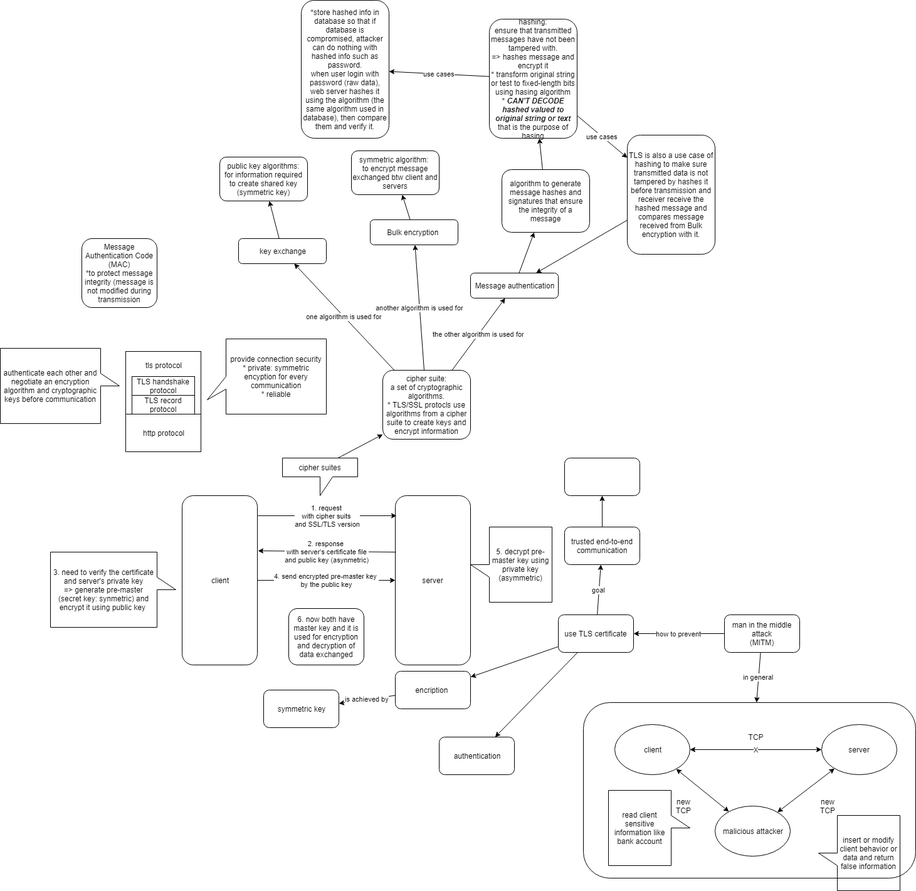
This is man_in_the_middle.png from stsiwo/security_concept, a draw.io export, as it was before one commit. Source tidied: cells renumbered, new cells last; positions are measured from the earlier drawing's top-left corner, leaving out a move shared by most shapes.
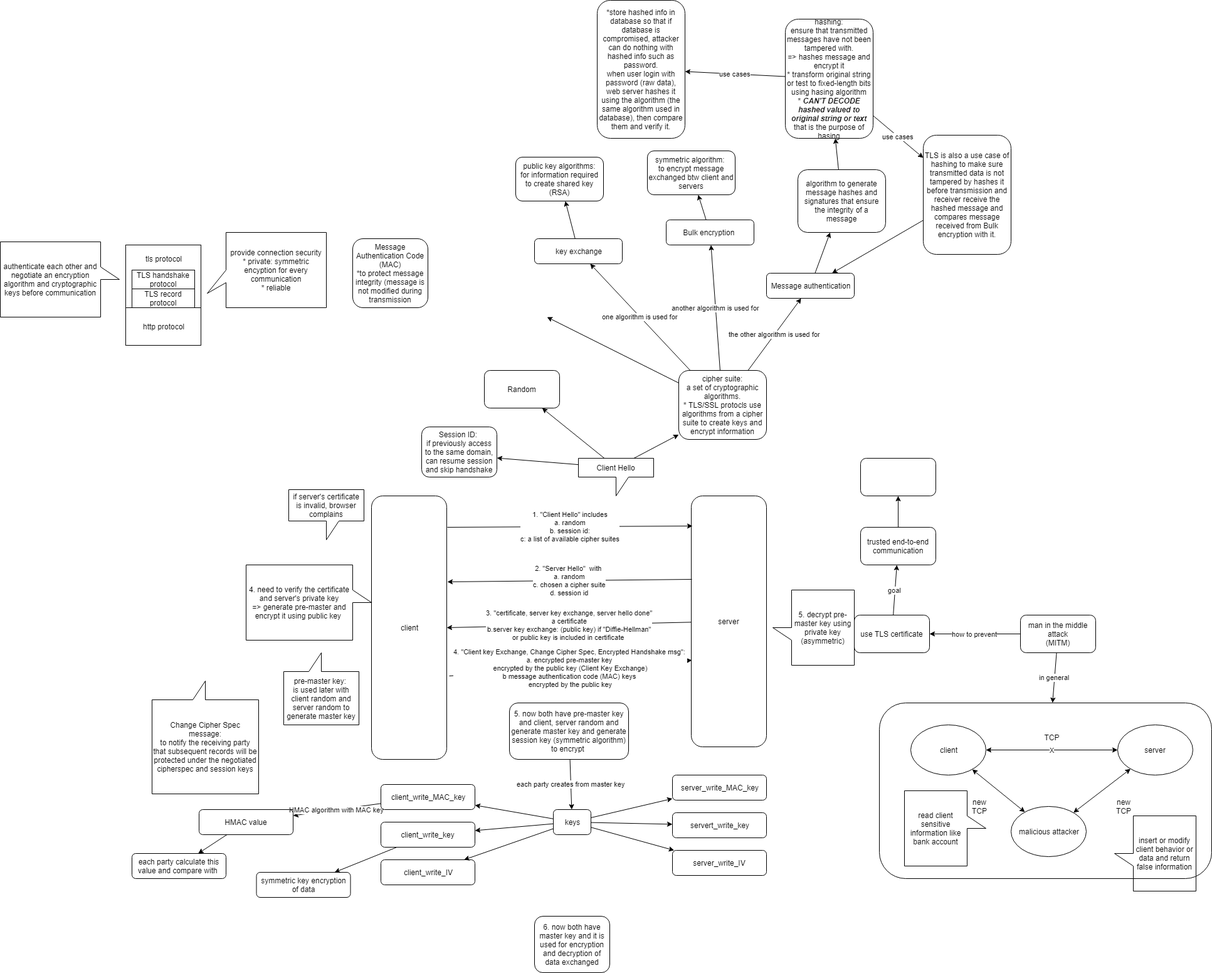
Above is the later version.

Change to the diagram source:
```diff
@@ -11,12 +11,6 @@
     <mxCell id="4" value="man in the middle attack&lt;br&gt;(MITM)&lt;br&gt;" style="rounded=1;whiteSpace=wrap;html=1;fillColor=none;" parent="1" vertex="1">
       <mxGeometry x="1155" y="980" width="120" height="60" as="geometry" />
     </mxCell>
-    <mxCell id="5" style="edgeStyle=none;rounded=0;html=1;startArrow=none;startFill=0;jettySize=auto;" parent="1" edge="1" source="8" target="13">
-      <mxGeometry relative="1" as="geometry" />
-    </mxCell>
-    <mxCell id="6" style="edgeStyle=none;rounded=0;html=1;startArrow=none;startFill=0;jettySize=auto;" parent="1" edge="1" source="8" target="27">
-      <mxGeometry relative="1" as="geometry" />
-    </mxCell>
     <mxCell id="7" value="goal" style="edgeStyle=none;rounded=0;html=1;startArrow=none;startFill=0;jettySize=auto;" parent="1" edge="1" source="8" target="10">
       <mxGeometry relative="1" as="geometry" />
     </mxCell>
@@ -32,15 +26,6 @@
     <mxCell id="11" style="rounded=1;whiteSpace=wrap;html=1;fillColor=none;" parent="1" vertex="1">
       <mxGeometry x="900" y="730" width="120" height="60" as="geometry" />
     </mxCell>
-    <mxCell id="12" value="is achieved by" style="edgeStyle=none;rounded=0;html=1;startArrow=none;startFill=0;jettySize=auto;" parent="1" edge="1" source="13" target="14">
-      <mxGeometry relative="1" as="geometry" />
-    </mxCell>
-    <mxCell id="13" value="encription&amp;nbsp;" style="rounded=1;whiteSpace=wrap;html=1;fillColor=none;" parent="1" vertex="1">
-      <mxGeometry x="630" y="1070" width="120" height="60" as="geometry" />
-    </mxCell>
-    <mxCell id="14" value="symmetric key" style="rounded=1;whiteSpace=wrap;html=1;fillColor=none;" parent="1" vertex="1">
-      <mxGeometry x="420" y="1100" width="120" height="60" as="geometry" />
-    </mxCell>
     <mxCell id="15" style="rounded=1;whiteSpace=wrap;html=1;fillColor=none;" parent="1" vertex="1">
       <mxGeometry x="930" y="1120" width="530" height="280" as="geometry" />
     </mxCell>
@@ -77,59 +62,65 @@
     <mxCell id="26" value="insert or modify client behavior or data and return false information" style="shape=callout;whiteSpace=wrap;html=1;perimeter=calloutPerimeter;fillColor=none;direction=south;" parent="1" vertex="1">
       <mxGeometry x="1305" y="1300" width="130" height="120" as="geometry" />
     </mxCell>
-    <mxCell id="27" value="authentication" style="rounded=1;whiteSpace=wrap;html=1;fillColor=none;" parent="1" vertex="1">
-      <mxGeometry x="700" y="1175" width="120" height="60" as="geometry" />
-    </mxCell>
-    <mxCell id="28" value="1. request &lt;br&gt;with cipher suits &lt;br&gt;and SSL/TLS version" style="edgeStyle=none;rounded=0;html=1;startArrow=none;startFill=0;jettySize=auto;exitX=1.008;exitY=0.119;exitPerimeter=0;entryX=0.017;entryY=0.119;entryPerimeter=0;" parent="1" edge="1" source="30" target="32">
+    <mxCell id="28" value="1. &quot;Client Hello&quot; includes&lt;br&gt;a. random&lt;br&gt;b. session id:&lt;br&gt;c: a list of available cipher suites&lt;br&gt;" style="edgeStyle=none;rounded=0;html=1;startArrow=none;startFill=0;jettySize=auto;exitX=1.008;exitY=0.119;exitPerimeter=0;entryX=0.017;entryY=0.119;entryPerimeter=0;" parent="1" edge="1" source="30" target="32">
       <mxGeometry relative="1" as="geometry" />
     </mxCell>
-    <mxCell id="29" value="4. send encrypted pre-master key &lt;br&gt;by the public key" style="edgeStyle=none;rounded=0;html=1;entryX=0;entryY=0.5;startArrow=none;startFill=0;jettySize=auto;" parent="1" edge="1" source="30" target="32">
+    <mxCell id="29" value="4. &quot;Client key Exchange, Change Cipher Spec, Encrypted Handshake msg&quot;: &lt;br&gt;a. encrypted pre-master key &lt;br&gt;encrypted by the public key (Client Key Exchange)&lt;br&gt;b message authentication code (MAC) keys &lt;br&gt;encrypted by the public key&lt;br&gt;" style="edgeStyle=none;rounded=0;html=1;startArrow=none;startFill=0;jettySize=auto;exitX=1.033;exitY=0.683;exitPerimeter=0;entryX=0.008;entryY=0.655;entryPerimeter=0;" parent="1" edge="1" source="30" target="32">
       <mxGeometry relative="1" as="geometry" />
     </mxCell>
     <mxCell id="30" value="client" style="rounded=1;whiteSpace=wrap;html=1;fillColor=none;" parent="1" vertex="1">
-      <mxGeometry x="290" y="790" width="120" height="270" as="geometry" />
+      <mxGeometry x="120" y="790" width="120" height="420" as="geometry" />
     </mxCell>
-    <mxCell id="31" value="2. response&amp;nbsp;&lt;br&gt;with server's certificate file&lt;br&gt;and public key (asynmetric)&lt;br&gt;" style="edgeStyle=none;rounded=0;html=1;startArrow=none;startFill=0;jettySize=auto;entryX=1.008;entryY=0.326;entryPerimeter=0;exitX=0.008;exitY=0.333;exitPerimeter=0;" parent="1" edge="1" source="32" target="30">
+    <mxCell id="31" value="2. &quot;Server Hello&quot;&amp;nbsp; with &lt;br&gt;a. random&lt;br&gt;c. chosen a cipher suite&lt;br&gt;d. session id&lt;br&gt;" style="edgeStyle=none;rounded=0;html=1;startArrow=none;startFill=0;jettySize=auto;entryX=1.008;entryY=0.326;entryPerimeter=0;exitX=0.008;exitY=0.333;exitPerimeter=0;" parent="1" edge="1" source="32" target="30">
       <mxGeometry relative="1" as="geometry" />
     </mxCell>
+    <mxCell id="65" value="3. &quot;certificate, server key exchange, server hello done&quot;&lt;br&gt;a certificate&lt;br&gt;b.server key exchange: (public key) if &quot;Diffie-Hellman&quot;&lt;br&gt;or public key is included in certificate&amp;nbsp;&lt;br&gt;" style="edgeStyle=none;rounded=0;html=1;entryX=1;entryY=0.5;startArrow=none;startFill=0;jettySize=auto;" parent="1" edge="1" source="32" target="30">
+      <mxGeometry relative="1" as="geometry" />
+    </mxCell>
     <mxCell id="32" value="server" style="rounded=1;whiteSpace=wrap;html=1;fillColor=none;" parent="1" vertex="1">
-      <mxGeometry x="630" y="790" width="120" height="270" as="geometry" />
+      <mxGeometry x="630" y="790" width="120" height="400" as="geometry" />
     </mxCell>
-    <mxCell id="33" value="3. need to verify the certificate and server's private key&lt;br&gt;=&amp;gt; generate pre-master (secret key: synmetric) and encrypt it using public key&amp;nbsp;&lt;br&gt;" style="shape=callout;whiteSpace=wrap;html=1;perimeter=calloutPerimeter;fillColor=none;direction=north;" parent="1" vertex="1">
-      <mxGeometry x="80" y="880" width="200" height="120" as="geometry" />
+    <mxCell id="33" value="4. need to verify the certificate and server's private key&lt;br&gt;=&amp;gt; generate pre-master and encrypt it using public key&amp;nbsp;&lt;br&gt;" style="shape=callout;whiteSpace=wrap;html=1;perimeter=calloutPerimeter;fillColor=none;direction=north;" parent="1" vertex="1">
+      <mxGeometry x="-80" y="900" width="200" height="120" as="geometry" />
     </mxCell>
     <mxCell id="34" value="5. decrypt pre-master key using private key (asymmetric)" style="shape=callout;whiteSpace=wrap;html=1;perimeter=calloutPerimeter;fillColor=none;direction=south;" parent="1" vertex="1">
-      <mxGeometry x="750" y="840" width="130" height="120" as="geometry" />
+      <mxGeometry x="760" y="940" width="130" height="120" as="geometry" />
     </mxCell>
     <mxCell id="35" value="6. now both have master key and it is used for encryption and decryption of data exchanged" style="rounded=1;whiteSpace=wrap;html=1;fillColor=none;" parent="1" vertex="1">
-      <mxGeometry x="460" y="970" width="120" height="90" as="geometry" />
+      <mxGeometry x="380" y="1460" width="120" height="90" as="geometry" />
     </mxCell>
     <mxCell id="36" style="edgeStyle=none;rounded=0;html=1;startArrow=none;startFill=0;jettySize=auto;" parent="1" edge="1" source="37" target="48">
       <mxGeometry relative="1" as="geometry" />
     </mxCell>
+    <mxCell id="66" style="edgeStyle=none;rounded=0;html=1;startArrow=none;startFill=0;jettySize=auto;" parent="1" edge="1" source="37" target="69">
+      <mxGeometry relative="1" as="geometry" />
+    </mxCell>
+    <mxCell id="67" style="edgeStyle=none;rounded=0;html=1;startArrow=none;startFill=0;jettySize=auto;" parent="1" edge="1" source="37" target="70">
+      <mxGeometry relative="1" as="geometry" />
+    </mxCell>
-    <mxCell id="37" value="cipher suites" style="shape=callout;whiteSpace=wrap;html=1;perimeter=calloutPerimeter;fillColor=none;" parent="1" vertex="1">
+    <mxCell id="37" value="Client Hello" style="shape=callout;whiteSpace=wrap;html=1;perimeter=calloutPerimeter;fillColor=none;" parent="1" vertex="1">
       <mxGeometry x="450" y="730" width="120" height="60" as="geometry" />
     </mxCell>
     <mxCell id="38" value="http protocol" style="rounded=0;whiteSpace=wrap;html=1;fillColor=none;" parent="1" vertex="1">
-      <mxGeometry x="200" y="660" width="120" height="60" as="geometry" />
+      <mxGeometry x="-272" y="490" width="120" height="60" as="geometry" />
     </mxCell>
     <mxCell id="39" value="tls protocol&lt;br&gt;&lt;br&gt;&lt;br&gt;&lt;br&gt;&lt;br&gt;" style="rounded=0;whiteSpace=wrap;html=1;fillColor=none;" parent="1" vertex="1">
-      <mxGeometry x="200" y="560" width="120" height="100" as="geometry" />
+      <mxGeometry x="-272" y="390" width="120" height="100" as="geometry" />
     </mxCell>
     <mxCell id="40" value="TLS record protocol" style="rounded=0;whiteSpace=wrap;html=1;fillColor=none;" parent="1" vertex="1">
-      <mxGeometry x="210" y="630" width="100" height="30" as="geometry" />
+      <mxGeometry x="-262" y="460" width="100" height="30" as="geometry" />
     </mxCell>
     <mxCell id="41" value="TLS handshake protocol" style="rounded=0;whiteSpace=wrap;html=1;fillColor=none;" parent="1" vertex="1">
-      <mxGeometry x="210" y="600" width="100" height="30" as="geometry" />
+      <mxGeometry x="-262" y="430" width="100" height="30" as="geometry" />
     </mxCell>
     <mxCell id="42" value="authenticate each other and negotiate an encryption algorithm and cryptographic keys before communication" style="shape=callout;whiteSpace=wrap;html=1;perimeter=calloutPerimeter;fillColor=none;direction=north;" parent="1" vertex="1">
-      <mxGeometry y="555" width="190" height="120" as="geometry" />
+      <mxGeometry x="-472" y="385" width="190" height="120" as="geometry" />
     </mxCell>
     <mxCell id="43" value="provide connection security&lt;br&gt;* private: symmetric encyption for every communication&lt;br&gt;* reliable&lt;br&gt;" style="shape=callout;whiteSpace=wrap;html=1;perimeter=calloutPerimeter;fillColor=none;direction=south;position2=0.81;" parent="1" vertex="1">
-      <mxGeometry x="330" y="540" width="190" height="120" as="geometry" />
+      <mxGeometry x="-142" y="370" width="190" height="120" as="geometry" />
     </mxCell>
     <mxCell id="44" value="Message Authentication Code (MAC)&lt;br&gt;*to protect message integrity (message is not modified during transmission&lt;br&gt;" style="rounded=1;whiteSpace=wrap;html=1;fillColor=none;" parent="1" vertex="1">
-      <mxGeometry x="130" y="380" width="120" height="110" as="geometry" />
+      <mxGeometry x="90" y="380" width="120" height="110" as="geometry" />
     </mxCell>
     <mxCell id="45" value="one algorithm is used for" style="edgeStyle=none;rounded=0;html=1;startArrow=none;startFill=0;jettySize=auto;" parent="1" edge="1" source="48" target="53">
       <mxGeometry relative="1" as="geometry" />
@@ -140,6 +131,11 @@
     <mxCell id="47" value="the other algorithm is used for" style="edgeStyle=none;rounded=0;html=1;startArrow=none;startFill=0;jettySize=auto;" parent="1" edge="1" source="48" target="56">
       <mxGeometry relative="1" as="geometry" />
     </mxCell>
+    <mxCell id="68" style="edgeStyle=none;rounded=0;html=1;startArrow=none;startFill=0;jettySize=auto;" parent="1" edge="1" source="48">
+      <mxGeometry relative="1" as="geometry">
+        <mxPoint x="400" y="505" as="targetPoint" />
+      </mxGeometry>
+    </mxCell>
     <mxCell id="48" value="cipher suite:&lt;br&gt;a set of cryptographic algorithms.&lt;br&gt;* TLS/SSL protocls use algorithms from a cipher suite to create keys and encrypt information&lt;br&gt;" style="rounded=1;whiteSpace=wrap;html=1;fillColor=none;" parent="1" vertex="1">
       <mxGeometry x="610" y="590" width="140" height="110" as="geometry" />
     </mxCell>
@@ -158,7 +154,7 @@
     <mxCell id="53" value="key exchange" style="rounded=1;whiteSpace=wrap;html=1;fillColor=none;" parent="1" vertex="1">
       <mxGeometry x="380" y="380" width="140" height="40" as="geometry" />
     </mxCell>
-    <mxCell id="54" value="public key algorithms:&lt;br&gt;for information required to create shared key (symmetric key)&lt;br&gt;" style="rounded=1;whiteSpace=wrap;html=1;fillColor=none;" parent="1" vertex="1">
+    <mxCell id="54" value="public key algorithms:&lt;br&gt;for information required to create shared key (RSA)&lt;br&gt;" style="rounded=1;whiteSpace=wrap;html=1;fillColor=none;" parent="1" vertex="1">
       <mxGeometry x="350" y="250" width="140" height="70" as="geometry" />
     </mxCell>
     <mxCell id="55" style="edgeStyle=none;rounded=0;html=1;startArrow=none;startFill=0;jettySize=auto;" parent="1" edge="1" source="56" target="58">
@@ -191,5 +187,83 @@
     <mxCell id="64" value="*store hashed info in database so that if database is compromised, attacker can do nothing with hashed info such as password.&lt;br&gt;when user login with password (raw data), web server hashes it using the algorithm (the same algorithm used in database), then compare them and verify it.&lt;br&gt;" style="rounded=1;whiteSpace=wrap;html=1;fillColor=none;" parent="1" vertex="1">
       <mxGeometry x="480" width="140" height="220" as="geometry" />
     </mxCell>
+    <mxCell id="69" value="Random" style="rounded=1;whiteSpace=wrap;html=1;fillColor=none;" parent="1" vertex="1">
+      <mxGeometry x="300" y="590" width="120" height="60" as="geometry" />
+    </mxCell>
+    <mxCell id="70" value="Session ID:&amp;nbsp;&lt;br&gt;if previously access to the same domain, can resume session and skip handshake&lt;br&gt;" style="rounded=1;whiteSpace=wrap;html=1;fillColor=none;" parent="1" vertex="1">
+      <mxGeometry x="200" y="680" width="120" height="80" as="geometry" />
+    </mxCell>
+    <mxCell id="71" value="if server's certificate is invalid, browser complains" style="shape=callout;whiteSpace=wrap;html=1;perimeter=calloutPerimeter;fillColor=none;" parent="1" vertex="1">
+      <mxGeometry x="-12" y="780" width="120" height="80" as="geometry" />
+    </mxCell>
+    <mxCell id="72" value="pre-master key:&amp;nbsp;&lt;br&gt;is used later with client random and server random to generate master key&lt;br&gt;" style="shape=callout;whiteSpace=wrap;html=1;perimeter=calloutPerimeter;fillColor=none;direction=west;" parent="1" vertex="1">
+      <mxGeometry x="-20" y="1040" width="120" height="115" as="geometry" />
+    </mxCell>
+    <mxCell id="73" value="Change Cipher Spec message:&lt;br&gt;to notify the receiving party that subsequent records will be protected under the negotiated cipherspec and session keys&lt;br&gt;" style="shape=callout;whiteSpace=wrap;html=1;perimeter=calloutPerimeter;fillColor=none;direction=west;" parent="1" vertex="1">
+      <mxGeometry x="-230" y="1085" width="170" height="180" as="geometry" />
+    </mxCell>
+    <mxCell id="74" value="each party creates from master key" style="edgeStyle=none;rounded=0;html=1;startArrow=none;startFill=0;jettySize=auto;" parent="1" edge="1" source="75" target="82">
+      <mxGeometry relative="1" as="geometry" />
+    </mxCell>
+    <mxCell id="75" value="5. now both have pre-master key and client, server random and generate master key and generate session key (symmetric algorithm) to encrypt&amp;nbsp;" style="rounded=1;whiteSpace=wrap;html=1;fillColor=none;" parent="1" vertex="1">
+      <mxGeometry x="340" y="1120" width="190" height="90" as="geometry" />
+    </mxCell>
+    <mxCell id="76" style="edgeStyle=none;rounded=0;html=1;startArrow=none;startFill=0;jettySize=auto;" parent="1" edge="1" source="82" target="84">
+      <mxGeometry relative="1" as="geometry" />
+    </mxCell>
+    <mxCell id="77" style="edgeStyle=none;rounded=0;html=1;startArrow=none;startFill=0;jettySize=auto;" parent="1" edge="1" source="82" target="89">
+      <mxGeometry relative="1" as="geometry" />
+    </mxCell>
+    <mxCell id="78" style="edgeStyle=none;rounded=0;html=1;startArrow=none;startFill=0;jettySize=auto;" parent="1" edge="1" source="82" target="91">
+      <mxGeometry relative="1" as="geometry" />
+    </mxCell>
+    <mxCell id="79" style="edgeStyle=none;rounded=0;html=1;startArrow=none;startFill=0;jettySize=auto;" parent="1" edge="1" source="82" target="92">
+      <mxGeometry relative="1" as="geometry" />
+    </mxCell>
+    <mxCell id="80" style="edgeStyle=none;rounded=0;html=1;startArrow=none;startFill=0;jettySize=auto;" parent="1" edge="1" source="82" target="93">
+      <mxGeometry relative="1" as="geometry" />
+    </mxCell>
+    <mxCell id="81" style="edgeStyle=none;rounded=0;html=1;startArrow=none;startFill=0;jettySize=auto;" parent="1" edge="1" source="82" target="94">
+      <mxGeometry relative="1" as="geometry" />
+    </mxCell>
+    <mxCell id="82" value="keys" style="rounded=1;whiteSpace=wrap;html=1;fillColor=none;" parent="1" vertex="1">
+      <mxGeometry x="410" y="1290" width="60" height="40" as="geometry" />
+    </mxCell>
+    <mxCell id="83" value="HMAC algorithm with MAC key" style="edgeStyle=none;rounded=0;html=1;startArrow=none;startFill=0;jettySize=auto;" parent="1" edge="1" source="84" target="86">
+      <mxGeometry relative="1" as="geometry" />
+    </mxCell>
+    <mxCell id="84" value="client_write_MAC_key" style="rounded=1;whiteSpace=wrap;html=1;fillColor=none;" parent="1" vertex="1">
+      <mxGeometry x="135" y="1250" width="150" height="40" as="geometry" />
+    </mxCell>
+    <mxCell id="85" style="edgeStyle=none;rounded=0;html=1;startArrow=none;startFill=0;jettySize=auto;" parent="1" edge="1" source="86" target="87">
+      <mxGeometry relative="1" as="geometry" />
+    </mxCell>
+    <mxCell id="86" value="HMAC value" style="rounded=1;whiteSpace=wrap;html=1;fillColor=none;" parent="1" vertex="1">
+      <mxGeometry x="-155" y="1290" width="150" height="40" as="geometry" />
+    </mxCell>
+    <mxCell id="87" value="each party calculate this value and compare with&amp;nbsp;" style="rounded=1;whiteSpace=wrap;html=1;fillColor=none;" parent="1" vertex="1">
+      <mxGeometry x="-262" y="1360" width="150" height="40" as="geometry" />
+    </mxCell>
+    <mxCell id="88" style="edgeStyle=none;rounded=0;html=1;startArrow=none;startFill=0;jettySize=auto;" parent="1" edge="1" source="89" target="90">
+      <mxGeometry relative="1" as="geometry" />
+    </mxCell>
+    <mxCell id="89" value="client_write_key" style="rounded=1;whiteSpace=wrap;html=1;fillColor=none;" parent="1" vertex="1">
+      <mxGeometry x="135" y="1310" width="150" height="40" as="geometry" />
+    </mxCell>
+    <mxCell id="90" value="symmetric key encryption of data" style="rounded=1;whiteSpace=wrap;html=1;fillColor=none;" parent="1" vertex="1">
+      <mxGeometry x="-63.5" y="1390" width="150" height="40" as="geometry" />
+    </mxCell>
+    <mxCell id="91" value="client_write_IV" style="rounded=1;whiteSpace=wrap;html=1;fillColor=none;" parent="1" vertex="1">
+      <mxGeometry x="135" y="1370" width="150" height="40" as="geometry" />
+    </mxCell>
+    <mxCell id="92" value="server_write_MAC_key" style="rounded=1;whiteSpace=wrap;html=1;fillColor=none;" parent="1" vertex="1">
+      <mxGeometry x="600" y="1235" width="150" height="40" as="geometry" />
+    </mxCell>
+    <mxCell id="93" value="servert_write_key" style="rounded=1;whiteSpace=wrap;html=1;fillColor=none;" parent="1" vertex="1">
+      <mxGeometry x="600" y="1295" width="150" height="40" as="geometry" />
+    </mxCell>
+    <mxCell id="94" value="server_write_IV" style="rounded=1;whiteSpace=wrap;html=1;fillColor=none;" parent="1" vertex="1">
+      <mxGeometry x="600" y="1355" width="150" height="40" as="geometry" />
+    </mxCell>
   </root>
 </mxGraphModel>
```
